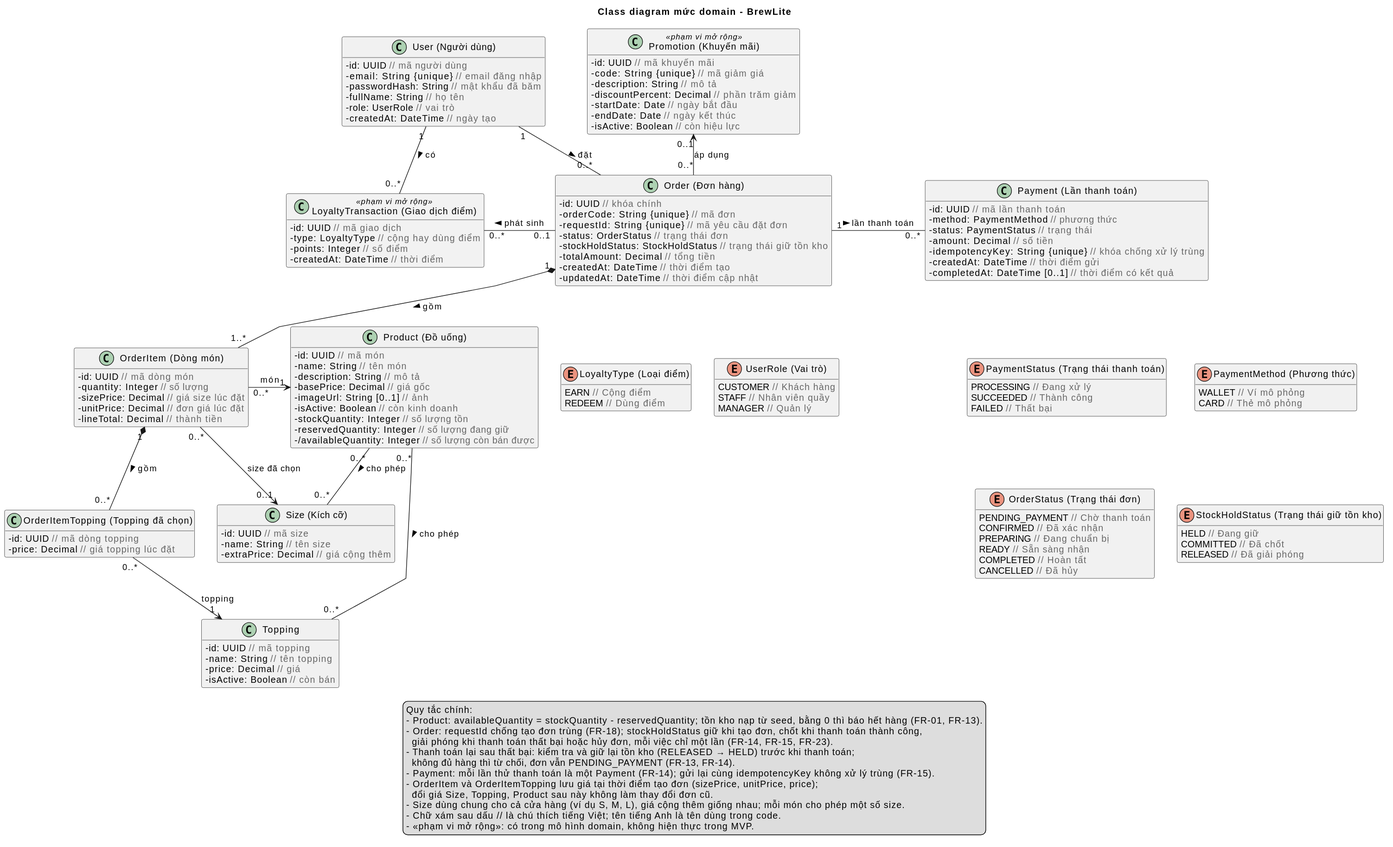
nguyenmintam23-z/CNPM keeps this PlantUML diagram as docs/diagrams/class-domain.svg. Above is the earlier version. Its diagram source:
```plantuml
@startuml
skinparam shadowing false
skinparam classAttributeIconSize 0
skinparam linetype polyline
skinparam nodesep 35
skinparam ranksep 45
hide empty methods

title Class diagram mức domain - BrewLite


enum "UserRole (Vai trò)" as UserRole {
  CUSTOMER <color:#666666>// Khách hàng</color>
  STAFF <color:#666666>// Nhân viên quầy</color>
  MANAGER <color:#666666>// Quản lý</color>
}

enum "OrderStatus (Trạng thái đơn)" as OrderStatus {
  PENDING_PAYMENT <color:#666666>// Chờ thanh toán</color>
  CONFIRMED <color:#666666>// Đã xác nhận</color>
  PREPARING <color:#666666>// Đang chuẩn bị</color>
  READY <color:#666666>// Sẵn sàng nhận</color>
  COMPLETED <color:#666666>// Hoàn tất</color>
  CANCELLED <color:#666666>// Đã hủy</color>
}

enum "PaymentStatus (Trạng thái thanh toán)" as PaymentStatus {
  PROCESSING <color:#666666>// Đang xử lý</color>
  SUCCEEDED <color:#666666>// Thành công</color>
  FAILED <color:#666666>// Thất bại</color>
}

enum "PaymentMethod (Phương thức)" as PaymentMethod {
  WALLET <color:#666666>// Ví mô phỏng</color>
  CARD <color:#666666>// Thẻ mô phỏng</color>
}

enum "StockHoldStatus (Trạng thái giữ tồn kho)" as StockHoldStatus {
  HELD <color:#666666>// Đang giữ</color>
  COMMITTED <color:#666666>// Đã chốt</color>
  RELEASED <color:#666666>// Đã giải phóng</color>
}

enum "LoyaltyType (Loại điểm)" as LoyaltyType {
  EARN <color:#666666>// Cộng điểm</color>
  REDEEM <color:#666666>// Dùng điểm</color>
}

class "User (Người dùng)" as User {
  - id: UUID <color:#666666>// mã người dùng</color>
  - email: String {unique} <color:#666666>// email đăng nhập</color>
  - passwordHash: String <color:#666666>// mật khẩu đã băm</color>
  - fullName: String <color:#666666>// họ tên</color>
  - role: UserRole <color:#666666>// vai trò</color>
  - createdAt: DateTime <color:#666666>// ngày tạo</color>
}

class "Product (Đồ uống)" as Product {
  - id: UUID <color:#666666>// mã món</color>
  - name: String <color:#666666>// tên món</color>
  - description: String <color:#666666>// mô tả</color>
  - basePrice: Decimal <color:#666666>// giá gốc</color>
  - imageUrl: String [0..1] <color:#666666>// ảnh</color>
  - isActive: Boolean <color:#666666>// còn kinh doanh</color>
  - stockQuantity: Integer <color:#666666>// số lượng tồn</color>
  - reservedQuantity: Integer <color:#666666>// số lượng đang giữ</color>
  - /availableQuantity: Integer <color:#666666>// số lượng còn bán được</color>
}

class "Size (Kích cỡ)" as Size {
  - id: UUID <color:#666666>// mã size</color>
  - name: String <color:#666666>// tên size</color>
  - extraPrice: Decimal <color:#666666>// giá cộng thêm</color>
}

class "Topping" as Topping {
  - id: UUID <color:#666666>// mã topping</color>
  - name: String <color:#666666>// tên topping</color>
  - price: Decimal <color:#666666>// giá</color>
  - isActive: Boolean <color:#666666>// còn bán</color>
}

class "Order (Đơn hàng)" as Order {
  - id: UUID <color:#666666>// khóa chính</color>
  - orderCode: String {unique} <color:#666666>// mã đơn</color>
  - requestId: String {unique} <color:#666666>// mã yêu cầu đặt đơn</color>
  - status: OrderStatus <color:#666666>// trạng thái đơn</color>
  - stockHoldStatus: StockHoldStatus <color:#666666>// trạng thái giữ tồn kho</color>
  - totalAmount: Decimal <color:#666666>// tổng tiền</color>
  - createdAt: DateTime <color:#666666>// thời điểm tạo</color>
  - updatedAt: DateTime <color:#666666>// thời điểm cập nhật</color>
}

class "OrderItem (Dòng món)" as OrderItem {
  - id: UUID <color:#666666>// mã dòng món</color>
  - quantity: Integer <color:#666666>// số lượng</color>
  - sizePrice: Decimal <color:#666666>// giá size lúc đặt</color>
  - unitPrice: Decimal <color:#666666>// đơn giá lúc đặt</color>
  - lineTotal: Decimal <color:#666666>// thành tiền</color>
}

class "OrderItemTopping (Topping đã chọn)" as OrderItemTopping {
  - id: UUID <color:#666666>// mã dòng topping</color>
  - price: Decimal <color:#666666>// giá topping lúc đặt</color>
}

class "Payment (Lần thanh toán)" as Payment {
  - id: UUID <color:#666666>// mã lần thanh toán</color>
  - method: PaymentMethod <color:#666666>// phương thức</color>
  - status: PaymentStatus <color:#666666>// trạng thái</color>
  - amount: Decimal <color:#666666>// số tiền</color>
  - idempotencyKey: String {unique} <color:#666666>// khóa chống xử lý trùng</color>
  - createdAt: DateTime <color:#666666>// thời điểm gửi</color>
  - completedAt: DateTime [0..1] <color:#666666>// thời điểm có kết quả</color>
}

class "Promotion (Khuyến mãi)" as Promotion <<phạm vi mở rộng>> #F2F2F2 {
  - id: UUID <color:#666666>// mã khuyến mãi</color>
  - code: String {unique} <color:#666666>// mã giảm giá</color>
  - description: String <color:#666666>// mô tả</color>
  - discountPercent: Decimal <color:#666666>// phần trăm giảm</color>
  - startDate: Date <color:#666666>// ngày bắt đầu</color>
  - endDate: Date <color:#666666>// ngày kết thúc</color>
  - isActive: Boolean <color:#666666>// còn hiệu lực</color>
}

class "LoyaltyTransaction (Giao dịch điểm)" as LoyaltyTransaction <<phạm vi mở rộng>> #F2F2F2 {
  - id: UUID <color:#666666>// mã giao dịch</color>
  - type: LoyaltyType <color:#666666>// cộng hay dùng điểm</color>
  - points: Integer <color:#666666>// số điểm</color>
  - createdAt: DateTime <color:#666666>// thời điểm</color>
}

User "1" -right- "0..*" Order : đặt >
User "1" -down- "0..*" LoyaltyTransaction : có >
Order "0..1" -left- "0..*" LoyaltyTransaction : phát sinh >
Order "1" -right- "0..*" Payment : lần thanh toán >
Order "0..*" -up-> "0..1" Promotion : áp dụng
Order "1" *-down- "1..*" OrderItem : gồm >
OrderItem "0..*" -right-> "1" Product : món
OrderItem "0..*" -down-> "0..1" Size : size đã chọn
OrderItem "1" *-down- "0..*" OrderItemTopping : gồm >
OrderItemTopping "0..*" -down-> "1" Topping : topping
Product "0..*" -down- "0..*" Size : cho phép >
Product "0..*" -down- "0..*" Topping : cho phép >

PaymentStatus -[hidden]right- PaymentMethod
Payment -[hidden]down- PaymentStatus
PaymentStatus -[hidden]down- OrderStatus
PaymentMethod -[hidden]down- StockHoldStatus
OrderStatus -[hidden]right- StockHoldStatus
LoyaltyTransaction -[hidden]down- LoyaltyType
LoyaltyType -[hidden]right- UserRole

legend bottom
  Quy tắc chính:
  - Product: availableQuantity = stockQuantity - reservedQuantity; tồn kho nạp từ seed, bằng 0 thì báo hết hàng (FR-01, FR-13).
  - Order: requestId chống tạo đơn trùng (FR-18); stockHoldStatus giữ khi tạo đơn, chốt khi thanh toán thành công,
    giải phóng khi thanh toán thất bại hoặc hủy đơn, mỗi việc chỉ một lần (FR-14, FR-15, FR-23).
  - Thanh toán lại sau thất bại: kiểm tra và giữ lại tồn kho (RELEASED → HELD) trước khi thanh toán;
    không đủ hàng thì từ chối, đơn vẫn PENDING_PAYMENT (FR-13, FR-14).
  - Payment: mỗi lần thử thanh toán là một Payment (FR-14); gửi lại cùng idempotencyKey không xử lý trùng (FR-15).
  - OrderItem và OrderItemTopping lưu giá tại thời điểm tạo đơn (sizePrice, unitPrice, price);
    đổi giá Size, Topping, Product sau này không làm thay đổi đơn cũ.
  - Size dùng chung cho cả cửa hàng (ví dụ S, M, L), giá cộng thêm giống nhau; mỗi món cho phép một số size.
  - Chữ xám sau dấu // là chú thích tiếng Việt; tên tiếng Anh là tên dùng trong code.
  - <<phạm vi mở rộng>>: có trong mô hình domain, không hiện thực trong MVP.
endlegend
@enduml
```
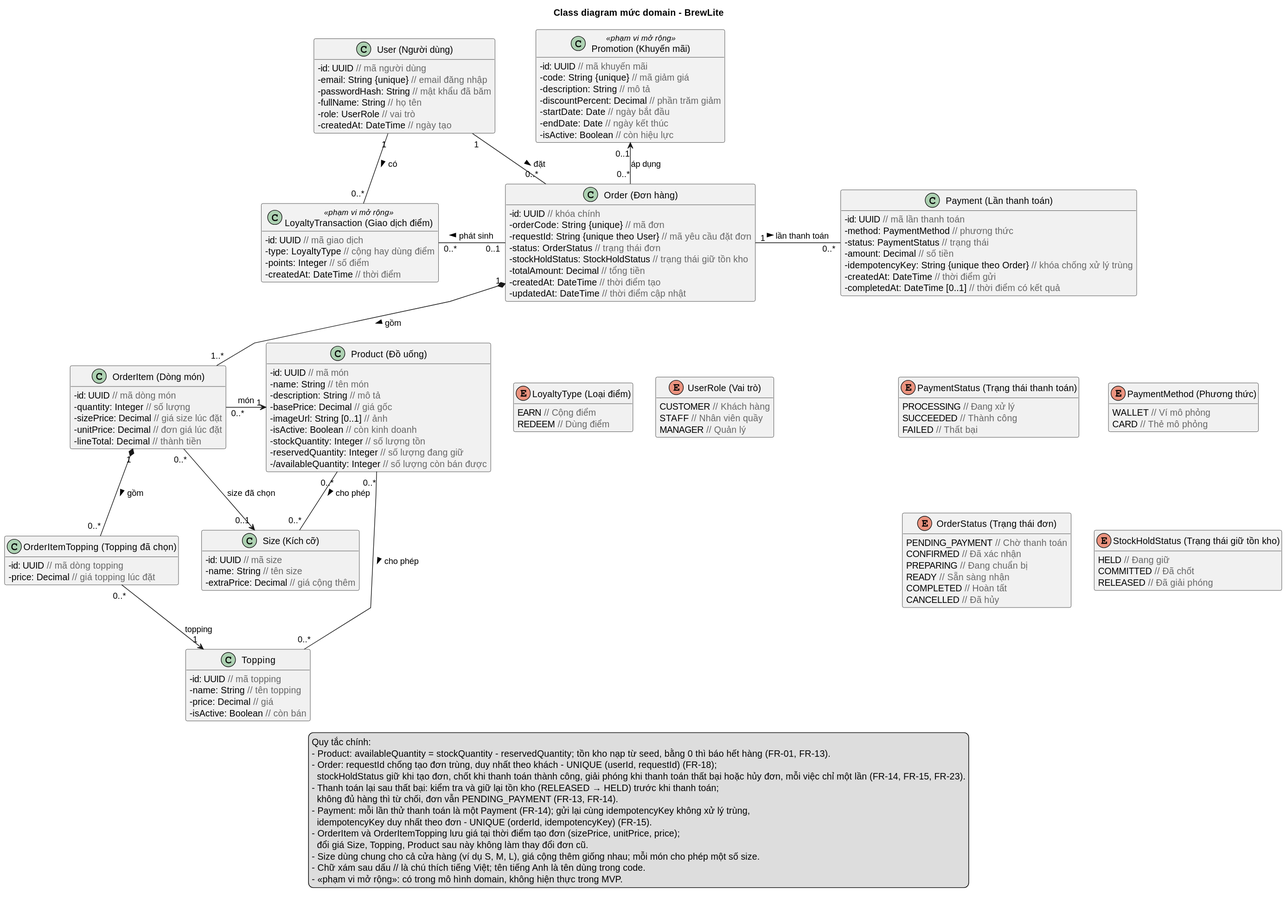
After the change.

Commit message:
docs: đồng bộ class, sequence và health check với bản chốt Task 2–3

Diff of the diagram source:
```diff
@@ -83,7 +83,7 @@
 class "Order (Đơn hàng)" as Order {
   - id: UUID <color:#666666>// khóa chính</color>
   - orderCode: String {unique} <color:#666666>// mã đơn</color>
-  - requestId: String {unique} <color:#666666>// mã yêu cầu đặt đơn</color>
+  - requestId: String {unique theo User} <color:#666666>// mã yêu cầu đặt đơn</color>
   - status: OrderStatus <color:#666666>// trạng thái đơn</color>
   - stockHoldStatus: StockHoldStatus <color:#666666>// trạng thái giữ tồn kho</color>
   - totalAmount: Decimal <color:#666666>// tổng tiền</color>
@@ -109,7 +109,7 @@
   - method: PaymentMethod <color:#666666>// phương thức</color>
   - status: PaymentStatus <color:#666666>// trạng thái</color>
   - amount: Decimal <color:#666666>// số tiền</color>
-  - idempotencyKey: String {unique} <color:#666666>// khóa chống xử lý trùng</color>
+  - idempotencyKey: String {unique theo Order} <color:#666666>// khóa chống xử lý trùng</color>
   - createdAt: DateTime <color:#666666>// thời điểm gửi</color>
   - completedAt: DateTime [0..1] <color:#666666>// thời điểm có kết quả</color>
 }
@@ -155,11 +155,12 @@
 legend bottom
   Quy tắc chính:
   - Product: availableQuantity = stockQuantity - reservedQuantity; tồn kho nạp từ seed, bằng 0 thì báo hết hàng (FR-01, FR-13).
-  - Order: requestId chống tạo đơn trùng (FR-18); stockHoldStatus giữ khi tạo đơn, chốt khi thanh toán thành công,
-    giải phóng khi thanh toán thất bại hoặc hủy đơn, mỗi việc chỉ một lần (FR-14, FR-15, FR-23).
+  - Order: requestId chống tạo đơn trùng, duy nhất theo khách - UNIQUE (userId, requestId) (FR-18);
+    stockHoldStatus giữ khi tạo đơn, chốt khi thanh toán thành công, giải phóng khi thanh toán thất bại hoặc hủy đơn, mỗi việc chỉ một lần (FR-14, FR-15, FR-23).
   - Thanh toán lại sau thất bại: kiểm tra và giữ lại tồn kho (RELEASED → HELD) trước khi thanh toán;
     không đủ hàng thì từ chối, đơn vẫn PENDING_PAYMENT (FR-13, FR-14).
-  - Payment: mỗi lần thử thanh toán là một Payment (FR-14); gửi lại cùng idempotencyKey không xử lý trùng (FR-15).
+  - Payment: mỗi lần thử thanh toán là một Payment (FR-14); gửi lại cùng idempotencyKey không xử lý trùng,
+    idempotencyKey duy nhất theo đơn - UNIQUE (orderId, idempotencyKey) (FR-15).
   - OrderItem và OrderItemTopping lưu giá tại thời điểm tạo đơn (sizePrice, unitPrice, price);
     đổi giá Size, Topping, Product sau này không làm thay đổi đơn cũ.
   - Size dùng chung cho cả cửa hàng (ví dụ S, M, L), giá cộng thêm giống nhau; mỗi món cho phép một số size.
```
